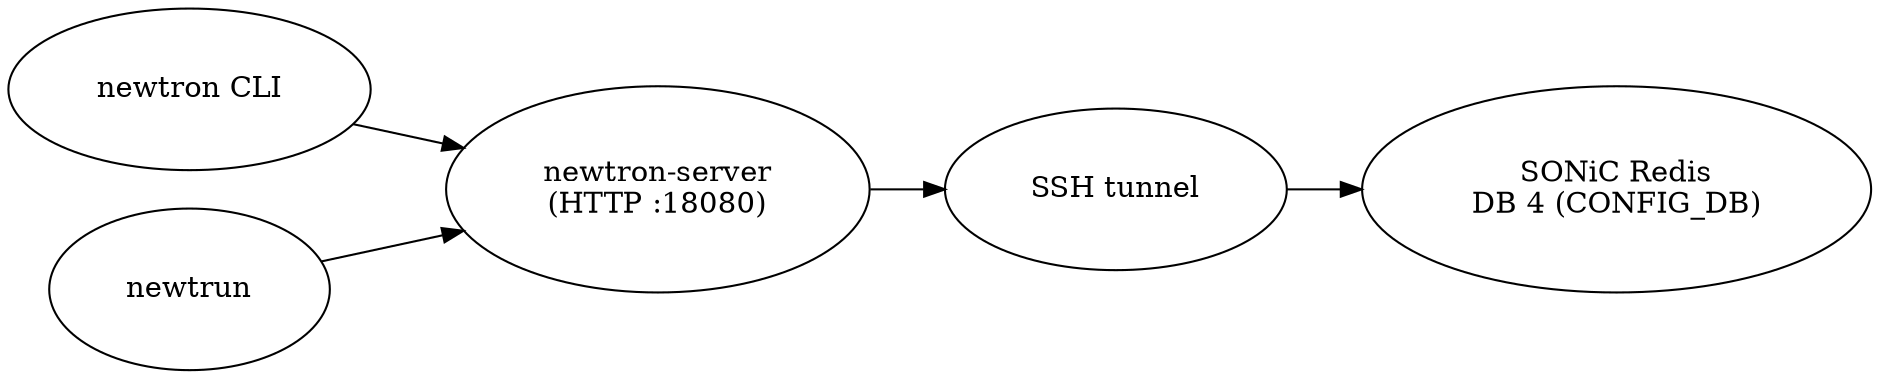
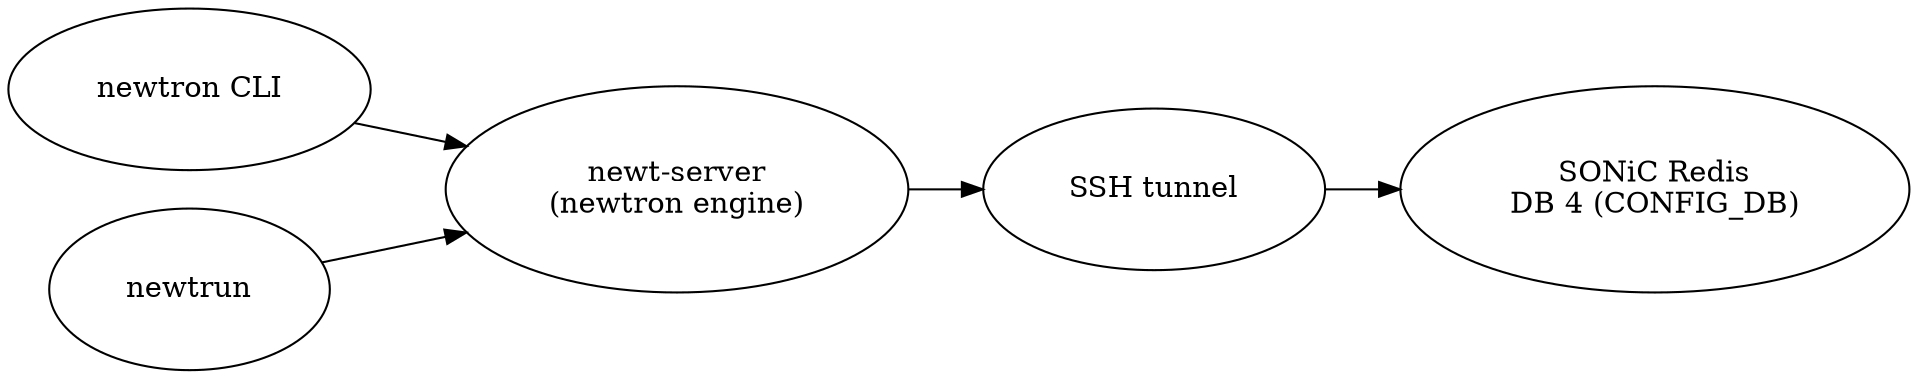
digraph {
    rankdir=LR;
-     "\n  newtron CLI  \n\n" -> "\n  newtron-server  \n  (HTTP :18080)  \n\n";
-     "\n  newtrun  \n\n" -> "\n  newtron-server  \n  (HTTP :18080)  \n\n";
-     "\n  newtron-server  \n  (HTTP :18080)  \n\n" -> "\n  SSH tunnel  \n\n";
+     "\n  newtron CLI  \n\n" -> "\n  newt-server  \n  (newtron engine)  \n\n";
+     "\n  newtrun  \n\n" -> "\n  newt-server  \n  (newtron engine)  \n\n";
+     "\n  newt-server  \n  (newtron engine)  \n\n" -> "\n  SSH tunnel  \n\n";
    "\n  SSH tunnel  \n\n" -> "\n  SONiC Redis  \n  DB 4 (CONFIG_DB)  \n\n";
}
